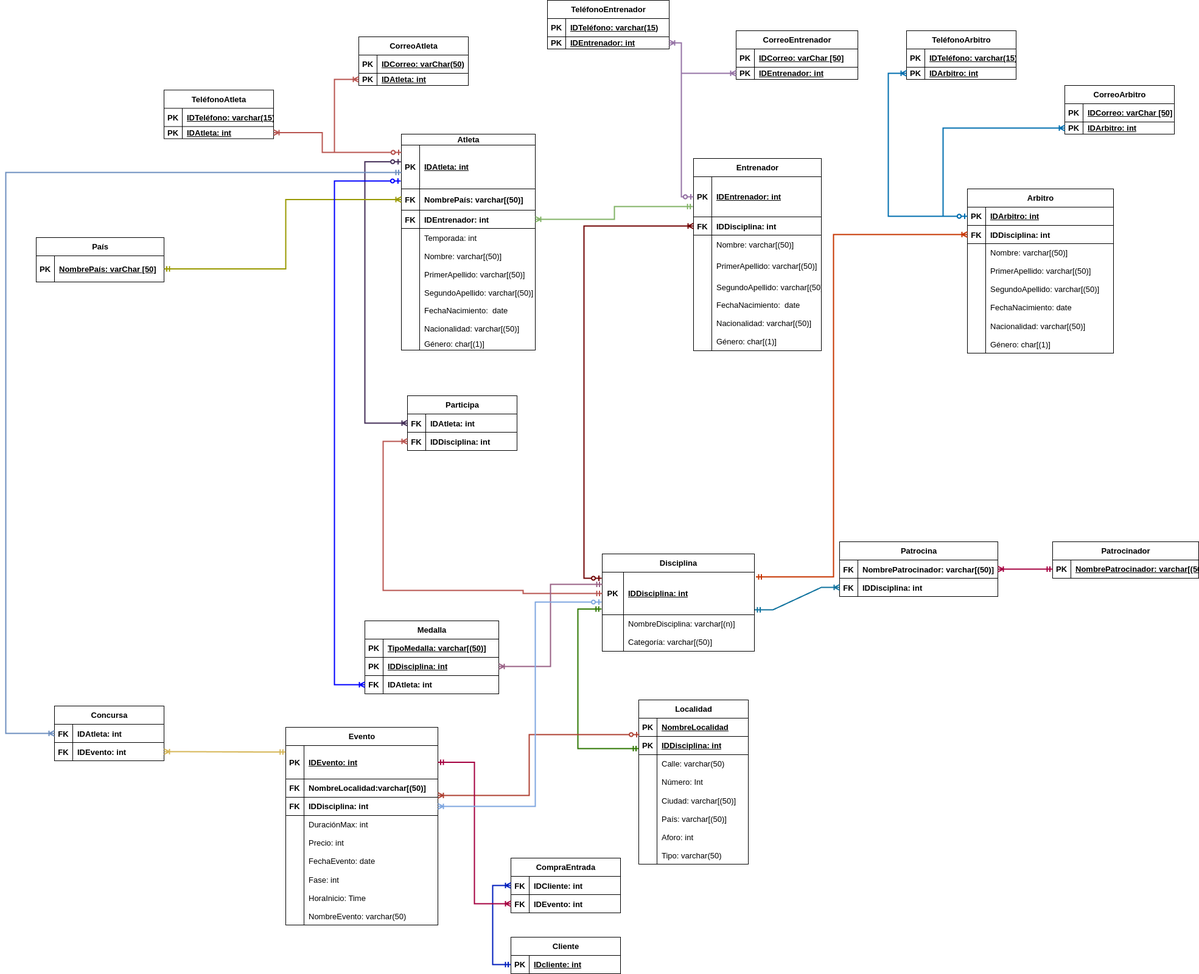
This is ProyectoFinal_Excelbenders/Diagramas/RelacionalExcelbenders.drawio.png from JuanSosaCiencias/TrabajosBDD, a draw.io export, as it was before one commit. Source tidied: cells renumbered, new cells last; positions are measured from the earlier drawing's top-left corner, leaving out a move shared by most shapes.
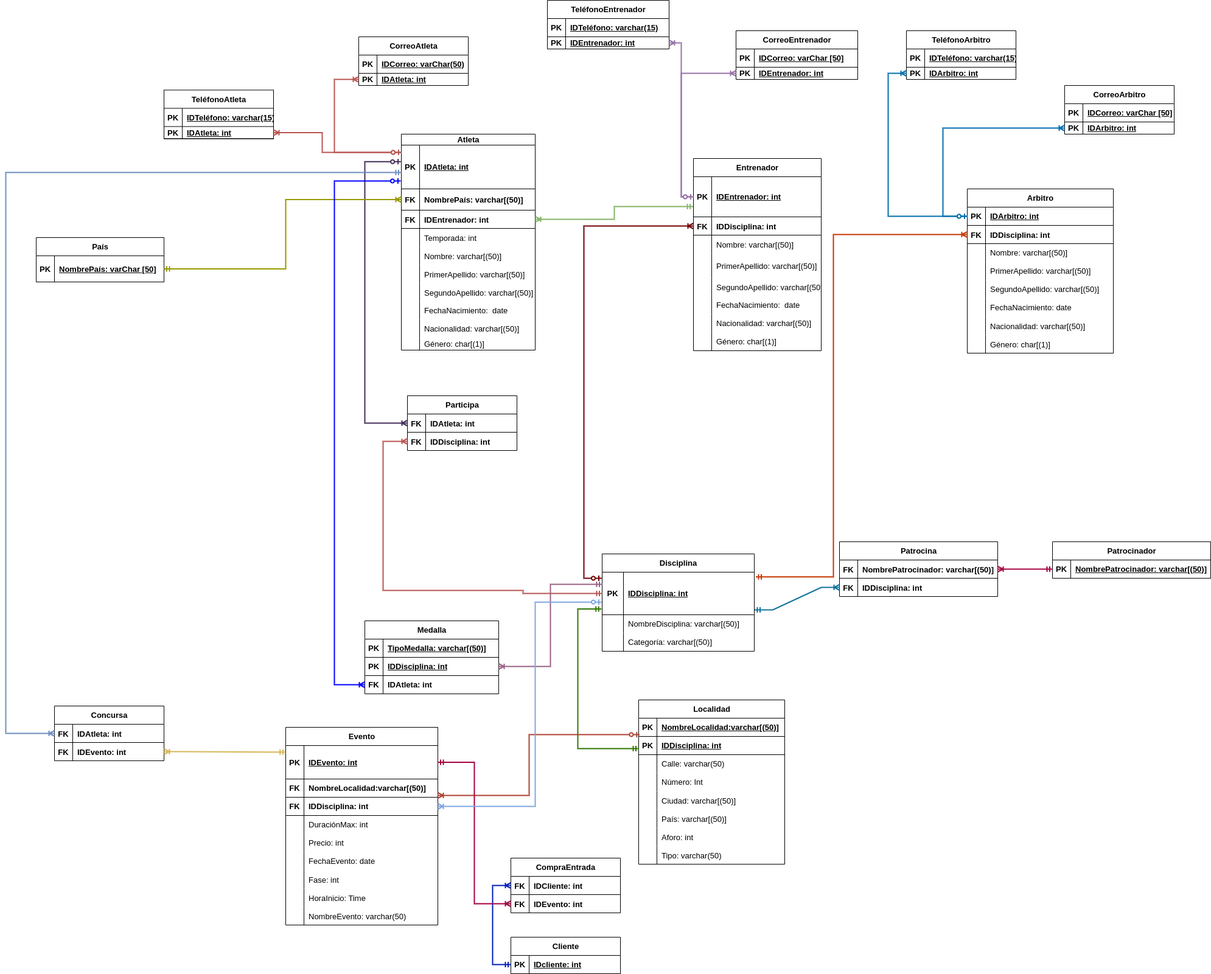
Later version of the same file.

Commit message:
Pequeña correción al Diagrama Relacional

Diff of the diagram source:
```diff
@@ -254,7 +254,7 @@
     <mxCell id="85" style="shape=partialRectangle;fillColor=none;top=0;left=0;bottom=0;right=0;overflow=hidden;whiteSpace=wrap;html=1;fontSize=13;" parent="84" vertex="1">
       <mxGeometry width="35" height="30" as="geometry" />
     </mxCell>
-    <mxCell id="86" value="NombreDisciplina: varchar[(n)]" style="shape=partialRectangle;fillColor=none;top=0;left=0;bottom=0;right=0;align=left;spacingLeft=6;overflow=hidden;whiteSpace=wrap;html=1;fontSize=13;" parent="84" vertex="1">
+    <mxCell id="86" value="NombreDisciplina: varchar[(50)]" style="shape=partialRectangle;fillColor=none;top=0;left=0;bottom=0;right=0;align=left;spacingLeft=6;overflow=hidden;whiteSpace=wrap;html=1;fontSize=13;" parent="84" vertex="1">
       <mxGeometry x="35" width="215" height="30" as="geometry" />
     </mxCell>
     <mxCell id="87" style="shape=tableRow;horizontal=0;startSize=0;swimlaneHead=0;swimlaneBody=0;fillColor=none;top=0;left=0;right=0;bottom=0;fontSize=13;" parent="80" vertex="1">
@@ -267,91 +267,91 @@
       <mxGeometry x="35" width="215" height="30" as="geometry" />
     </mxCell>
     <mxCell id="90" value="Localidad" style="shape=table;startSize=30;rowLines=0;fontStyle=1;align=center;html=1;fontSize=13;" parent="1" vertex="1">
-      <mxGeometry x="1040" y="1150" width="180" height="270" as="geometry" />
+      <mxGeometry x="1040" y="1150" width="240" height="270" as="geometry" />
     </mxCell>
     <mxCell id="91" style="shape=tableRow;horizontal=0;startSize=0;swimlaneHead=0;swimlaneBody=0;fillColor=none;top=0;left=0;right=0;bottom=1;fontSize=13;" parent="90" vertex="1">
-      <mxGeometry y="30" width="180" height="30" as="geometry" />
+      <mxGeometry y="30" width="240" height="30" as="geometry" />
     </mxCell>
     <mxCell id="92" value="PK" style="shape=partialRectangle;fillColor=none;top=0;left=0;bottom=0;right=0;fontStyle=1;overflow=hidden;whiteSpace=wrap;html=1;fontSize=13;" parent="91" vertex="1">
       <mxGeometry width="30" height="30" as="geometry" />
     </mxCell>
-    <mxCell id="93" value="NombreLocalidad" style="shape=partialRectangle;fillColor=none;top=0;left=0;bottom=0;right=0;align=left;spacingLeft=6;fontStyle=5;overflow=hidden;whiteSpace=wrap;html=1;fontSize=13;" parent="91" vertex="1">
-      <mxGeometry x="30" width="150" height="30" as="geometry" />
+    <mxCell id="93" value="NombreLocalidad:varchar[(50)]" style="shape=partialRectangle;fillColor=none;top=0;left=0;bottom=0;right=0;align=left;spacingLeft=6;fontStyle=5;overflow=hidden;whiteSpace=wrap;html=1;fontSize=13;" parent="91" vertex="1">
+      <mxGeometry x="30" width="210" height="30" as="geometry" />
     </mxCell>
     <mxCell id="94" style="shape=tableRow;horizontal=0;startSize=0;swimlaneHead=0;swimlaneBody=0;fillColor=none;points=[[0,0.5],[1,0.5]];portConstraint=eastwest;top=0;left=0;right=0;bottom=1;fontSize=13;" parent="90" vertex="1">
-      <mxGeometry y="60" width="180" height="30" as="geometry" />
+      <mxGeometry y="60" width="240" height="30" as="geometry" />
     </mxCell>
     <mxCell id="95" value="PK" style="shape=partialRectangle;fillColor=none;top=0;left=0;bottom=0;right=0;overflow=hidden;whiteSpace=wrap;html=1;fontStyle=1;fontSize=13;" parent="94" vertex="1">
       <mxGeometry width="30" height="30" as="geometry" />
     </mxCell>
     <mxCell id="96" value="IDDisciplina: int" style="shape=partialRectangle;fillColor=none;top=0;left=0;bottom=0;right=0;align=left;spacingLeft=6;overflow=hidden;whiteSpace=wrap;html=1;fontStyle=5;fontSize=13;" parent="94" vertex="1">
-      <mxGeometry x="30" width="150" height="30" as="geometry" />
+      <mxGeometry x="30" width="210" height="30" as="geometry" />
     </mxCell>
     <mxCell id="97" style="shape=tableRow;horizontal=0;startSize=0;swimlaneHead=0;swimlaneBody=0;fillColor=none;top=0;left=0;right=0;bottom=0;fontSize=13;" parent="90" vertex="1">
-      <mxGeometry y="90" width="180" height="30" as="geometry" />
+      <mxGeometry y="90" width="240" height="30" as="geometry" />
     </mxCell>
     <mxCell id="98" style="shape=partialRectangle;fillColor=none;top=0;left=0;bottom=0;right=0;overflow=hidden;whiteSpace=wrap;html=1;fontSize=13;" parent="97" vertex="1">
       <mxGeometry width="30" height="30" as="geometry" />
     </mxCell>
     <mxCell id="99" value="Calle: varchar(50)" style="shape=partialRectangle;fillColor=none;top=0;left=0;bottom=0;right=0;align=left;spacingLeft=6;overflow=hidden;whiteSpace=wrap;html=1;fontSize=13;" parent="97" vertex="1">
-      <mxGeometry x="30" width="150" height="30" as="geometry" />
+      <mxGeometry x="30" width="210" height="30" as="geometry" />
     </mxCell>
     <mxCell id="100" style="shape=tableRow;horizontal=0;startSize=0;swimlaneHead=0;swimlaneBody=0;fillColor=none;top=0;left=0;right=0;bottom=0;fontSize=13;" parent="90" vertex="1">
-      <mxGeometry y="120" width="180" height="30" as="geometry" />
+      <mxGeometry y="120" width="240" height="30" as="geometry" />
     </mxCell>
     <mxCell id="101" style="shape=partialRectangle;fillColor=none;top=0;left=0;bottom=0;right=0;overflow=hidden;whiteSpace=wrap;html=1;fontSize=13;" parent="100" vertex="1">
       <mxGeometry width="30" height="30" as="geometry" />
     </mxCell>
     <mxCell id="102" value="Número: Int" style="shape=partialRectangle;fillColor=none;top=0;left=0;bottom=0;right=0;align=left;spacingLeft=6;overflow=hidden;whiteSpace=wrap;html=1;fontSize=13;" parent="100" vertex="1">
-      <mxGeometry x="30" width="150" height="30" as="geometry" />
+      <mxGeometry x="30" width="210" height="30" as="geometry" />
     </mxCell>
     <mxCell id="103" style="shape=tableRow;horizontal=0;startSize=0;swimlaneHead=0;swimlaneBody=0;fillColor=none;top=0;left=0;right=0;bottom=0;fontSize=13;" parent="90" vertex="1">
-      <mxGeometry y="150" width="180" height="30" as="geometry" />
+      <mxGeometry y="150" width="240" height="30" as="geometry" />
     </mxCell>
     <mxCell id="104" style="shape=partialRectangle;fillColor=none;top=0;left=0;bottom=0;right=0;overflow=hidden;fontSize=13;" parent="103" vertex="1">
       <mxGeometry width="30" height="30" as="geometry" />
     </mxCell>
     <mxCell id="105" value="Ciudad: varchar[(50)]" style="shape=partialRectangle;fillColor=none;top=0;left=0;bottom=0;right=0;align=left;spacingLeft=6;overflow=hidden;fontSize=13;" parent="103" vertex="1">
-      <mxGeometry x="30" width="150" height="30" as="geometry" />
+      <mxGeometry x="30" width="210" height="30" as="geometry" />
     </mxCell>
     <mxCell id="106" style="shape=tableRow;horizontal=0;startSize=0;swimlaneHead=0;swimlaneBody=0;fillColor=none;top=0;left=0;right=0;bottom=0;fontSize=13;" parent="90" vertex="1">
-      <mxGeometry y="180" width="180" height="30" as="geometry" />
+      <mxGeometry y="180" width="240" height="30" as="geometry" />
     </mxCell>
     <mxCell id="107" style="shape=partialRectangle;fillColor=none;top=0;left=0;bottom=0;right=0;overflow=hidden;fontSize=13;" parent="106" vertex="1">
       <mxGeometry width="30" height="30" as="geometry" />
     </mxCell>
     <mxCell id="108" value="País: varchar[(50)]" style="shape=partialRectangle;fillColor=none;top=0;left=0;bottom=0;right=0;align=left;spacingLeft=6;overflow=hidden;fontSize=13;" parent="106" vertex="1">
-      <mxGeometry x="30" width="150" height="30" as="geometry" />
+      <mxGeometry x="30" width="210" height="30" as="geometry" />
     </mxCell>
     <mxCell id="109" style="shape=tableRow;horizontal=0;startSize=0;swimlaneHead=0;swimlaneBody=0;fillColor=none;top=0;left=0;right=0;bottom=0;fontSize=13;" parent="90" vertex="1">
-      <mxGeometry y="210" width="180" height="30" as="geometry" />
+      <mxGeometry y="210" width="240" height="30" as="geometry" />
     </mxCell>
     <mxCell id="110" style="shape=partialRectangle;fillColor=none;top=0;left=0;bottom=0;right=0;overflow=hidden;fontSize=13;" parent="109" vertex="1">
       <mxGeometry width="30" height="30" as="geometry" />
     </mxCell>
     <mxCell id="111" value="Aforo: int" style="shape=partialRectangle;fillColor=none;top=0;left=0;bottom=0;right=0;align=left;spacingLeft=6;overflow=hidden;fontSize=13;" parent="109" vertex="1">
-      <mxGeometry x="30" width="150" height="30" as="geometry" />
+      <mxGeometry x="30" width="210" height="30" as="geometry" />
     </mxCell>
     <mxCell id="112" style="shape=tableRow;horizontal=0;startSize=0;swimlaneHead=0;swimlaneBody=0;fillColor=none;top=0;left=0;right=0;bottom=0;fontSize=13;" parent="90" vertex="1">
-      <mxGeometry y="240" width="180" height="30" as="geometry" />
+      <mxGeometry y="240" width="240" height="30" as="geometry" />
     </mxCell>
     <mxCell id="113" style="shape=partialRectangle;fillColor=none;top=0;left=0;bottom=0;right=0;overflow=hidden;fontSize=13;" parent="112" vertex="1">
       <mxGeometry width="30" height="30" as="geometry" />
     </mxCell>
     <mxCell id="114" value="Tipo: varchar(50)" style="shape=partialRectangle;fillColor=none;top=0;left=0;bottom=0;right=0;align=left;spacingLeft=6;overflow=hidden;fontSize=13;" parent="112" vertex="1">
-      <mxGeometry x="30" width="150" height="30" as="geometry" />
+      <mxGeometry x="30" width="210" height="30" as="geometry" />
     </mxCell>
     <mxCell id="115" value="Patrocinador" style="shape=table;startSize=30;rowLines=0;fontStyle=1;align=center;html=1;fontSize=13;" parent="1" vertex="1">
-      <mxGeometry x="1720" y="890" width="240" height="60" as="geometry" />
+      <mxGeometry x="1720" y="890" width="260" height="60" as="geometry" />
     </mxCell>
     <mxCell id="116" style="shape=tableRow;horizontal=0;startSize=0;swimlaneHead=0;swimlaneBody=0;fillColor=none;points=[[0,0.5],[1,0.5]];portConstraint=eastwest;top=0;left=0;right=0;bottom=1;fontSize=13;" parent="115" vertex="1">
-      <mxGeometry y="30" width="240" height="30" as="geometry" />
+      <mxGeometry y="30" width="260" height="30" as="geometry" />
     </mxCell>
     <mxCell id="117" value="PK" style="shape=partialRectangle;fillColor=none;top=0;left=0;bottom=0;right=0;fontStyle=1;overflow=hidden;whiteSpace=wrap;html=1;fontSize=13;" parent="116" vertex="1">
       <mxGeometry width="30" height="30" as="geometry" />
     </mxCell>
     <mxCell id="118" value="NombrePatrocinador:&amp;nbsp;&lt;span style=&quot;font-size: 13px;&quot;&gt;varchar[(50)]&lt;/span&gt;" style="shape=partialRectangle;fillColor=none;top=0;left=0;bottom=0;right=0;align=left;spacingLeft=6;fontStyle=5;overflow=hidden;whiteSpace=wrap;html=1;fontSize=13;" parent="116" vertex="1">
-      <mxGeometry x="30" width="210" height="30" as="geometry" />
+      <mxGeometry x="30" width="230" height="30" as="geometry" />
     </mxCell>
     <mxCell id="119" value="Atleta" style="shape=table;startSize=18;rowLines=0;fontStyle=1;align=center;html=1;fontSize=13;" parent="1" vertex="1">
       <mxGeometry x="650" y="220" width="220" height="355" as="geometry" />
```
